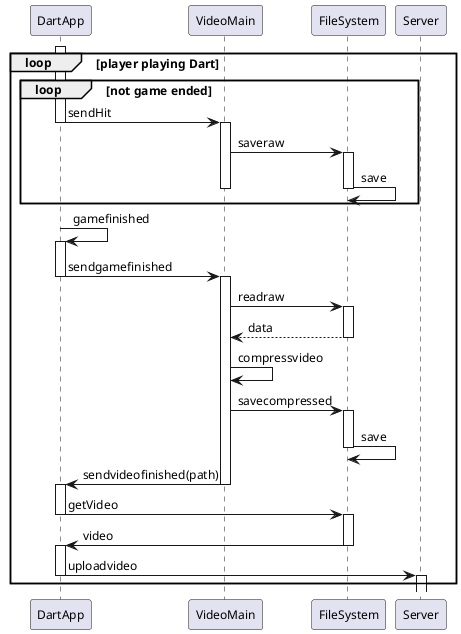
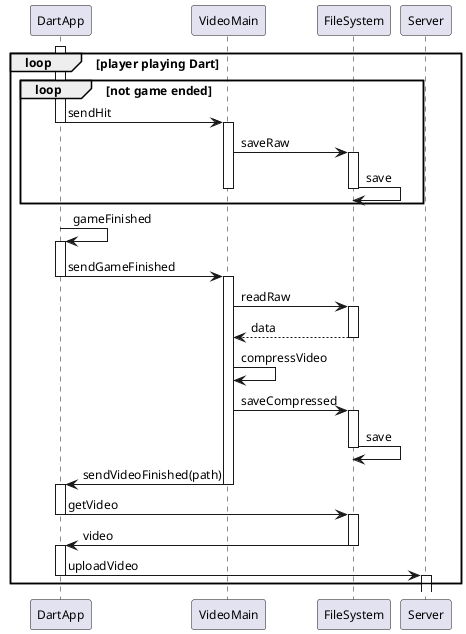
@startuml
skinparam defaultFontName "Times New Roman"
skinparam defaultFontSize 12
skinparam defaultFontColor black

participant DartApp
participant VideoMain
participant FileSystem
participant Server

loop player playing Dart

    loop not game ended
        activate DartApp
        DartApp -> VideoMain: sendHit
        deactivate DartApp
        activate VideoMain

-         VideoMain -> FileSystem: saveraw
+         VideoMain -> FileSystem: saveRaw
        activate FileSystem

        FileSystem -> FileSystem: save
        deactivate FileSystem

        deactivate VideoMain
    end

-     DartApp -> DartApp: gamefinished
+     DartApp -> DartApp: gameFinished
    activate DartApp

-     DartApp -> VideoMain: sendgamefinished
+     DartApp -> VideoMain: sendGameFinished
    deactivate DartApp
    activate VideoMain

-     VideoMain -> FileSystem: readraw
+     VideoMain -> FileSystem: readRaw
    activate FileSystem

    FileSystem --> VideoMain: data
    deactivate FileSystem

-     VideoMain -> VideoMain: compressvideo
+     VideoMain -> VideoMain: compressVideo

-     VideoMain -> FileSystem: savecompressed
+     VideoMain -> FileSystem: saveCompressed
    activate FileSystem

    FileSystem -> FileSystem: save
    deactivate FileSystem

-     VideoMain -> DartApp: sendvideofinished(path)
+     VideoMain -> DartApp: sendVideoFinished(path)
    deactivate VideoMain
    activate DartApp

    DartApp -> FileSystem: getVideo
    deactivate DartApp
    activate FileSystem

    FileSystem -> DartApp: video
    deactivate FileSystem
    activate DartApp

-     DartApp -> Server: uploadvideo
+     DartApp -> Server: uploadVideo
    deactivate DartApp
    activate Server
end
@enduml